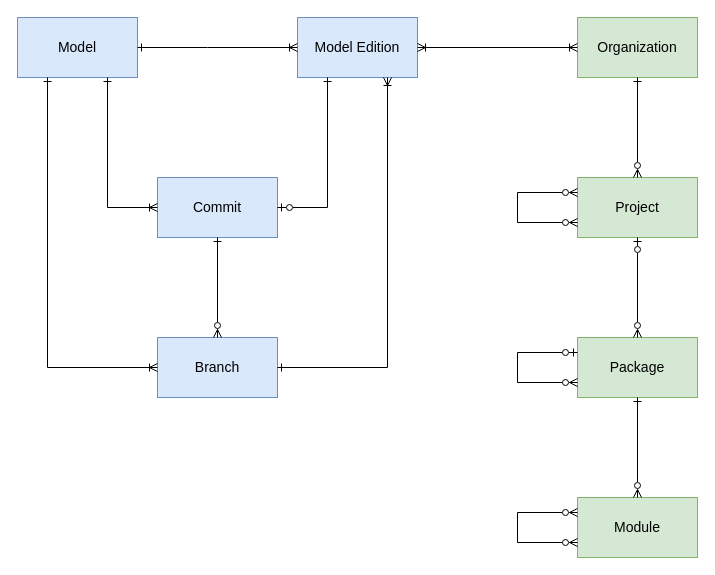
Above: page "Structure" (9 of 9) of doc/lligne-ast.drawio in martin-nordberg/llignette (draw.io), before the change. Source tidied: cells renumbered, new cells numbered last; positions are measured from the earlier drawing's top-left corner, leaving out a move shared by most shapes. Both pictures are drawn from the tidied source at 100%, with x=0, y=0 at pixel (17, 17).
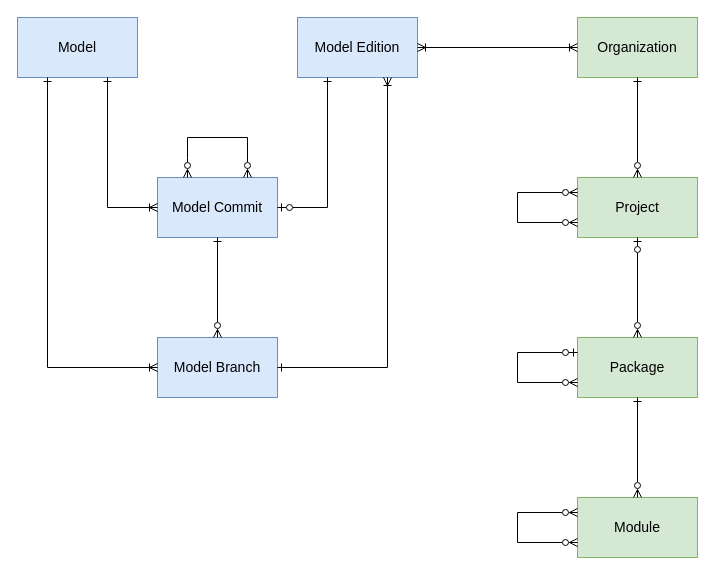
Above is the later version.

Unchanged cells that the change refers to:
```xml
<mxCell id="11" value="Model" style="rounded=0;whiteSpace=wrap;html=1;fillColor=#dae8fc;strokeColor=#6c8ebf;fontSize=14;" parent="1" vertex="1">
  <mxGeometry width="120" height="60" as="geometry" />
</mxCell>
<mxCell id="12" value="Model Edition" style="rounded=0;whiteSpace=wrap;html=1;fillColor=#dae8fc;strokeColor=#6c8ebf;fontSize=14;" parent="1" vertex="1">
  <mxGeometry x="280" width="120" height="60" as="geometry" />
</mxCell>
```

Diff of the diagram source:
```diff
@@
-    <mxCell id="13" style="endArrow=ERoneToMany;html=1;rounded=0;exitX=1;exitY=0.5;exitDx=0;exitDy=0;startFill=0;startArrow=ERone;endFill=0;entryX=0;entryY=0.5;entryDx=0;entryDy=0;" parent="1" edge="1" source="11" target="12">
-      <mxGeometry relative="1" as="geometry">
-        <Array as="points">
-          <mxPoint x="190" y="30" />
-        </Array>
-      </mxGeometry>
-    </mxCell>
@@
-    <mxCell id="15" value="Commit" style="rounded=0;whiteSpace=wrap;html=1;fillColor=#dae8fc;strokeColor=#6c8ebf;fontSize=14;" parent="1" vertex="1">
+    <mxCell id="15" value="Model Commit" style="rounded=0;whiteSpace=wrap;html=1;fillColor=#dae8fc;strokeColor=#6c8ebf;fontSize=14;" parent="1" vertex="1">
       <mxGeometry x="140" y="160" width="120" height="60" as="geometry" />
     </mxCell>
@@
-    <mxCell id="18" value="Branch" style="rounded=0;whiteSpace=wrap;html=1;fillColor=#dae8fc;strokeColor=#6c8ebf;fontSize=14;" parent="1" vertex="1">
+    <mxCell id="18" value="Model Branch" style="rounded=0;whiteSpace=wrap;html=1;fillColor=#dae8fc;strokeColor=#6c8ebf;fontSize=14;" parent="1" vertex="1">
       <mxGeometry x="140" y="320" width="120" height="60" as="geometry" />
     </mxCell>
@@
+    <mxCell id="23" style="endArrow=ERzeroToMany;html=1;rounded=0;entryX=0.75;entryY=0;entryDx=0;entryDy=0;startFill=0;startArrow=ERzeroToMany;endFill=0;" parent="1" edge="1" target="15">
+      <mxGeometry relative="1" as="geometry">
+        <mxPoint x="170" y="160" as="sourcePoint" />
+        <Array as="points">
+          <mxPoint x="170" y="140" />
+          <mxPoint x="170" y="120" />
+          <mxPoint x="230" y="120" />
+        </Array>
+      </mxGeometry>
+    </mxCell>
```
